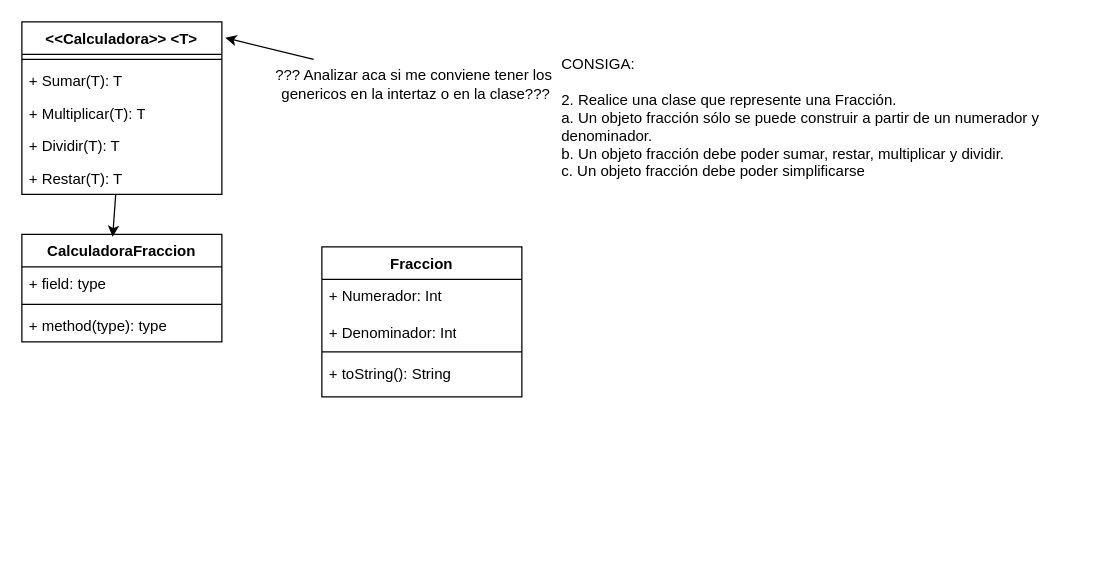
This is DiagramaDeFlujo.drawio from GlobyteFranco/Ejercicio-Nro.-2-Practica-Orientada-a-Objetos, a draw.io file, before an edit. Source tidied: cells renumbered, new cells numbered last; positions are measured from the earlier drawing's top-left corner, leaving out a move shared by most shapes. Both pictures are drawn from the tidied source at 125%, with x=0, y=0 at pixel (21, 21).
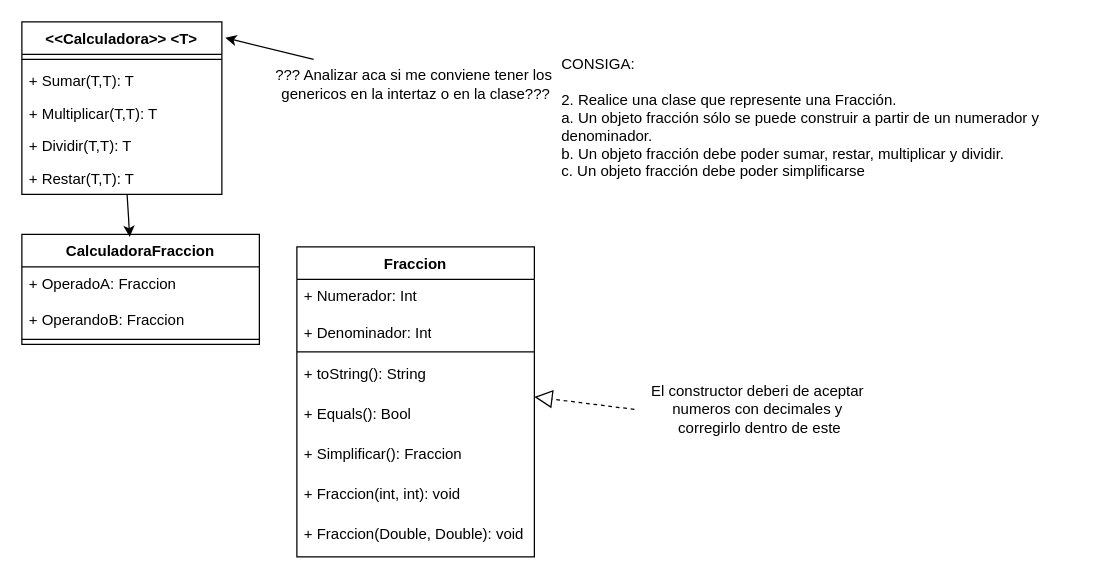
The same diagram, later.

Commit message (it also covers changes not shown here):
Finalizacion del diagrama y comiezo de la App

The change refers to these unchanged cells:
```xml
<mxCell id="6" value="&amp;lt;&amp;lt;Calculadora&amp;gt;&amp;gt; &amp;lt;T&amp;gt;" style="swimlane;fontStyle=1;align=center;verticalAlign=top;horizontal=1;startSize=26;whiteSpace=wrap;html=1;" parent="1" vertex="1">
  <mxGeometry width="160" height="138" as="geometry" />
</mxCell>
```

Diff of the diagram source:
```diff
@@
     <mxCell id="2" value="Fraccion" style="swimlane;fontStyle=1;align=center;verticalAlign=top;horizontal=1;startSize=26;whiteSpace=wrap;html=1;" parent="1" vertex="1">
-      <mxGeometry x="240" y="180" width="160" height="120" as="geometry" />
+      <mxGeometry x="220" y="180" width="190" height="248" as="geometry" />
     </mxCell>
     <mxCell id="3" value="+ Numerador: Int&lt;div&gt;&lt;font color=&quot;#000000&quot;&gt;&lt;br&gt;&lt;/font&gt;+ Denominador: Int&lt;/div&gt;" style="text;strokeColor=none;fillColor=none;align=left;verticalAlign=top;spacingLeft=4;spacingRight=4;overflow=hidden;whiteSpace=wrap;html=1;" parent="2" vertex="1">
-      <mxGeometry y="26" width="160" height="54" as="geometry" />
+      <mxGeometry y="26" width="190" height="54" as="geometry" />
     </mxCell>
     <mxCell id="4" style="line;strokeWidth=1;fillColor=none;align=left;verticalAlign=middle;spacingTop=-1;spacingLeft=3;spacingRight=3;labelPosition=right;strokeColor=inherit;" parent="2" vertex="1">
-      <mxGeometry y="80" width="160" height="8" as="geometry" />
+      <mxGeometry y="80" width="190" height="8" as="geometry" />
     </mxCell>
     <mxCell id="5" value="+ toString(): String" style="text;strokeColor=none;fillColor=none;align=left;verticalAlign=top;spacingLeft=4;spacingRight=4;overflow=hidden;whiteSpace=wrap;html=1;" parent="2" vertex="1">
-      <mxGeometry y="88" width="160" height="32" as="geometry" />
+      <mxGeometry y="88" width="190" height="32" as="geometry" />
     </mxCell>
+    <mxCell id="20" value="+ Equals(): Bool" style="text;strokeColor=none;fillColor=none;align=left;verticalAlign=top;spacingLeft=4;spacingRight=4;overflow=hidden;whiteSpace=wrap;html=1;" parent="2" vertex="1">
+      <mxGeometry y="120" width="190" height="32" as="geometry" />
+    </mxCell>
+    <mxCell id="21" value="+ Simplificar(): Fraccion" style="text;strokeColor=none;fillColor=none;align=left;verticalAlign=top;spacingLeft=4;spacingRight=4;overflow=hidden;whiteSpace=wrap;html=1;" parent="2" vertex="1">
+      <mxGeometry y="152" width="190" height="32" as="geometry" />
+    </mxCell>
+    <mxCell id="22" value="+ Fraccion(int, int): void" style="text;strokeColor=none;fillColor=none;align=left;verticalAlign=top;spacingLeft=4;spacingRight=4;overflow=hidden;whiteSpace=wrap;html=1;" parent="2" vertex="1">
+      <mxGeometry y="184" width="190" height="32" as="geometry" />
+    </mxCell>
+    <mxCell id="23" value="+ Fraccion(Double, Double): void" style="text;strokeColor=none;fillColor=none;align=left;verticalAlign=top;spacingLeft=4;spacingRight=4;overflow=hidden;whiteSpace=wrap;html=1;" parent="2" vertex="1">
+      <mxGeometry y="216" width="190" height="32" as="geometry" />
+    </mxCell>
@@
-    <mxCell id="8" value="+ Sumar(T): T" style="text;strokeColor=none;fillColor=none;align=left;verticalAlign=top;spacingLeft=4;spacingRight=4;overflow=hidden;whiteSpace=wrap;html=1;" parent="6" vertex="1">
+    <mxCell id="8" value="+ Sumar(T,T): T" style="text;strokeColor=none;fillColor=none;align=left;verticalAlign=top;spacingLeft=4;spacingRight=4;overflow=hidden;whiteSpace=wrap;html=1;" parent="6" vertex="1">
       <mxGeometry y="34" width="160" height="26" as="geometry" />
     </mxCell>
-    <mxCell id="9" value="+ Multiplicar(T): T" style="text;strokeColor=none;fillColor=none;align=left;verticalAlign=top;spacingLeft=4;spacingRight=4;overflow=hidden;whiteSpace=wrap;html=1;" parent="6" vertex="1">
+    <mxCell id="9" value="+ Multiplicar(T,T): T" style="text;strokeColor=none;fillColor=none;align=left;verticalAlign=top;spacingLeft=4;spacingRight=4;overflow=hidden;whiteSpace=wrap;html=1;" parent="6" vertex="1">
       <mxGeometry y="60" width="160" height="26" as="geometry" />
     </mxCell>
-    <mxCell id="10" value="+ Dividir(T): T" style="text;strokeColor=none;fillColor=none;align=left;verticalAlign=top;spacingLeft=4;spacingRight=4;overflow=hidden;whiteSpace=wrap;html=1;" parent="6" vertex="1">
+    <mxCell id="10" value="+ Dividir(T,T): T" style="text;strokeColor=none;fillColor=none;align=left;verticalAlign=top;spacingLeft=4;spacingRight=4;overflow=hidden;whiteSpace=wrap;html=1;" parent="6" vertex="1">
       <mxGeometry y="86" width="160" height="26" as="geometry" />
     </mxCell>
-    <mxCell id="11" value="+ Restar(T): T" style="text;strokeColor=none;fillColor=none;align=left;verticalAlign=top;spacingLeft=4;spacingRight=4;overflow=hidden;whiteSpace=wrap;html=1;" parent="6" vertex="1">
+    <mxCell id="11" value="+ Restar(T,T): T" style="text;strokeColor=none;fillColor=none;align=left;verticalAlign=top;spacingLeft=4;spacingRight=4;overflow=hidden;whiteSpace=wrap;html=1;" parent="6" vertex="1">
       <mxGeometry y="112" width="160" height="26" as="geometry" />
     </mxCell>
     <mxCell id="12" value="CalculadoraFraccion" style="swimlane;fontStyle=1;align=center;verticalAlign=top;horizontal=1;startSize=26;whiteSpace=wrap;html=1;" parent="1" vertex="1">
-      <mxGeometry y="170" width="160" height="86" as="geometry" />
+      <mxGeometry y="170" width="190" height="88" as="geometry" />
     </mxCell>
-    <mxCell id="13" value="+ field: type" style="text;strokeColor=none;fillColor=none;align=left;verticalAlign=top;spacingLeft=4;spacingRight=4;overflow=hidden;whiteSpace=wrap;html=1;" parent="12" vertex="1">
-      <mxGeometry y="26" width="160" height="26" as="geometry" />
-    </mxCell>
+    <mxCell id="24" value="+ OperadoA: Fraccion&lt;div&gt;&lt;font color=&quot;#000000&quot;&gt;&lt;br&gt;&lt;/font&gt;+ OperandoB: Fraccion&lt;/div&gt;" style="text;strokeColor=none;fillColor=none;align=left;verticalAlign=top;spacingLeft=4;spacingRight=4;overflow=hidden;whiteSpace=wrap;html=1;" parent="12" vertex="1">
+      <mxGeometry y="26" width="190" height="54" as="geometry" />
+    </mxCell>
     <mxCell id="14" style="line;strokeWidth=1;fillColor=none;align=left;verticalAlign=middle;spacingTop=-1;spacingLeft=3;spacingRight=3;labelPosition=right;strokeColor=inherit;" parent="12" vertex="1">
-      <mxGeometry y="52" width="160" height="8" as="geometry" />
+      <mxGeometry y="80" width="190" height="8" as="geometry" />
     </mxCell>
-    <mxCell id="15" value="+ method(type): type" style="text;strokeColor=none;fillColor=none;align=left;verticalAlign=top;spacingLeft=4;spacingRight=4;overflow=hidden;whiteSpace=wrap;html=1;" parent="12" vertex="1">
-      <mxGeometry y="60" width="160" height="26" as="geometry" />
-    </mxCell>
@@
+    <mxCell id="25" style="endArrow=block;dashed=1;endFill=0;endSize=12;html=1;" parent="1" edge="1">
+      <mxGeometry relative="1" as="geometry">
+        <mxPoint x="490" y="310" as="sourcePoint" />
+        <mxPoint x="410" y="300" as="targetPoint" />
+      </mxGeometry>
+    </mxCell>
+    <mxCell id="26" value="El constructor deberi de aceptar&amp;nbsp;&lt;div&gt;numeros con decimales y&amp;nbsp;&lt;/div&gt;&lt;div&gt;corregirlo dentro de este&lt;/div&gt;" style="text;html=1;align=center;verticalAlign=middle;strokeColor=none;fillColor=none;" parent="1" vertex="1">
+      <mxGeometry x="490" y="280" width="200" height="60" as="geometry" />
+    </mxCell>
```
